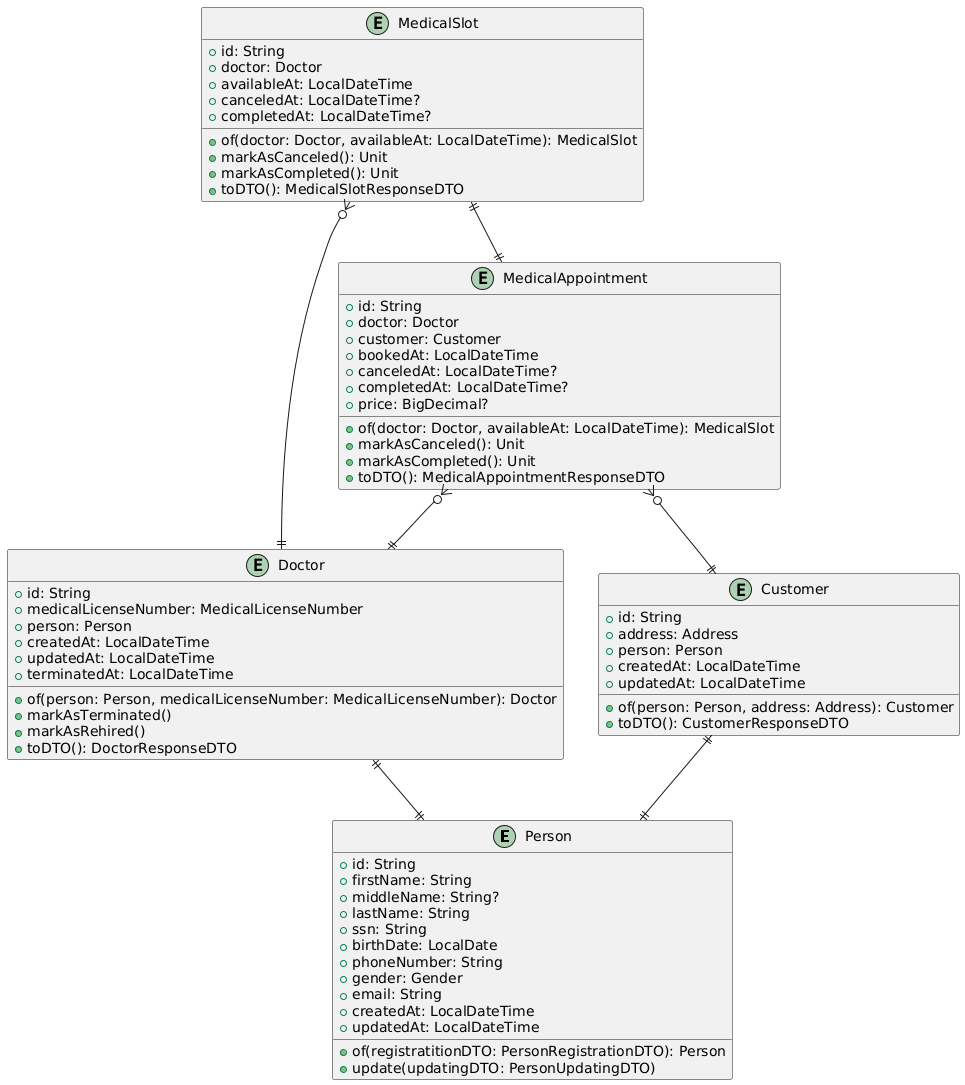
Before: figures/api/erd.png, a diagram exported from PlantUML (LazaroDamasceno/Dissertacao-Mestrado).
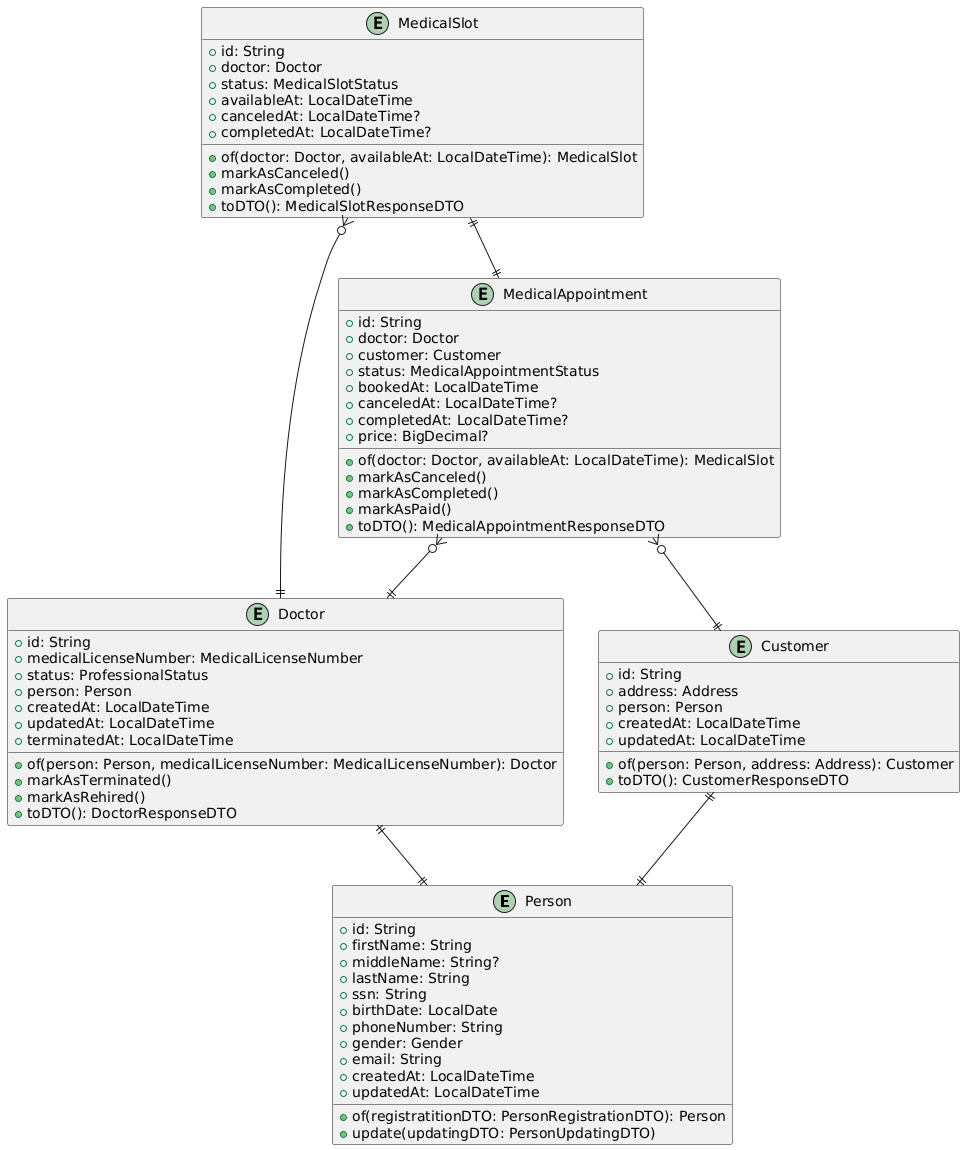
After the commit.

Diff of the diagram source:
```diff
@@ -30,6 +30,7 @@
 entity "Doctor" {
  +id: String
  +medicalLicenseNumber: MedicalLicenseNumber
+ +status: ProfessionalStatus
  +person: Person
  +createdAt: LocalDateTime
  +updatedAt: LocalDateTime
@@ -44,28 +45,31 @@
 entity "MedicalSlot" {
   +id: String
   +doctor: Doctor
+  +status: MedicalSlotStatus
   +availableAt: LocalDateTime
   +canceledAt: LocalDateTime?
   +completedAt: LocalDateTime?
 
   +of(doctor: Doctor, availableAt: LocalDateTime): MedicalSlot
-  +markAsCanceled(): Unit
-  +markAsCompleted(): Unit
+  +markAsCanceled()
+  +markAsCompleted()
   +toDTO(): MedicalSlotResponseDTO
 }
 
 entity "MedicalAppointment" {
   +id: String
-  + doctor: Doctor
-  + customer: Customer
+  +doctor: Doctor
+  +customer: Customer
+  +status: MedicalAppointmentStatus
   +bookedAt: LocalDateTime
   +canceledAt: LocalDateTime?
   +completedAt: LocalDateTime?
   +price: BigDecimal?
 
   +of(doctor: Doctor, availableAt: LocalDateTime): MedicalSlot
-  +markAsCanceled(): Unit
-  +markAsCompleted(): Unit
+  +markAsCanceled()
+  +markAsCompleted()
+  +markAsPaid()
   +toDTO(): MedicalAppointmentResponseDTO
 }
 
```
